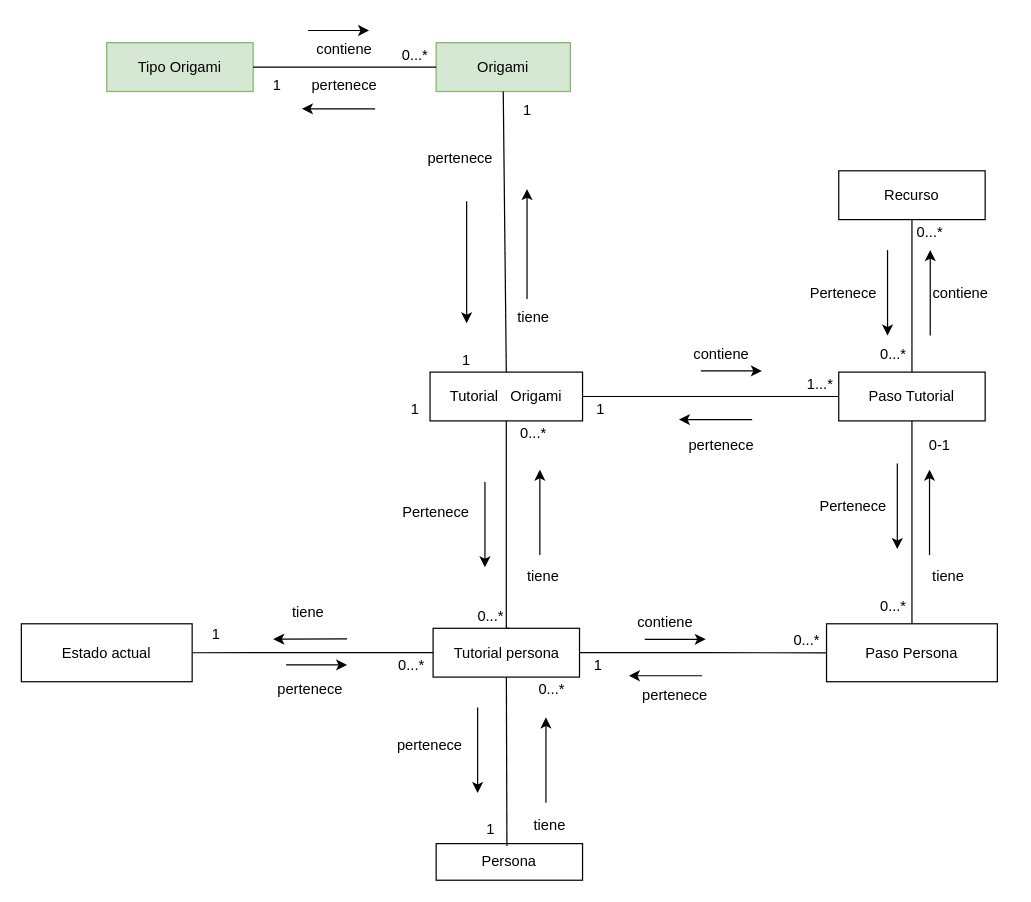
Above: ModeloDeDominio3D.drawio in andrescastillo1996/documentacionMundoOrigami (draw.io), before the change. Source tidied: cells renumbered, new cells numbered last; positions are measured from the earlier drawing's top-left corner, leaving out a move shared by most shapes. Both pictures are drawn from the tidied source at 122%, with x=0, y=0 at pixel (21, 30).
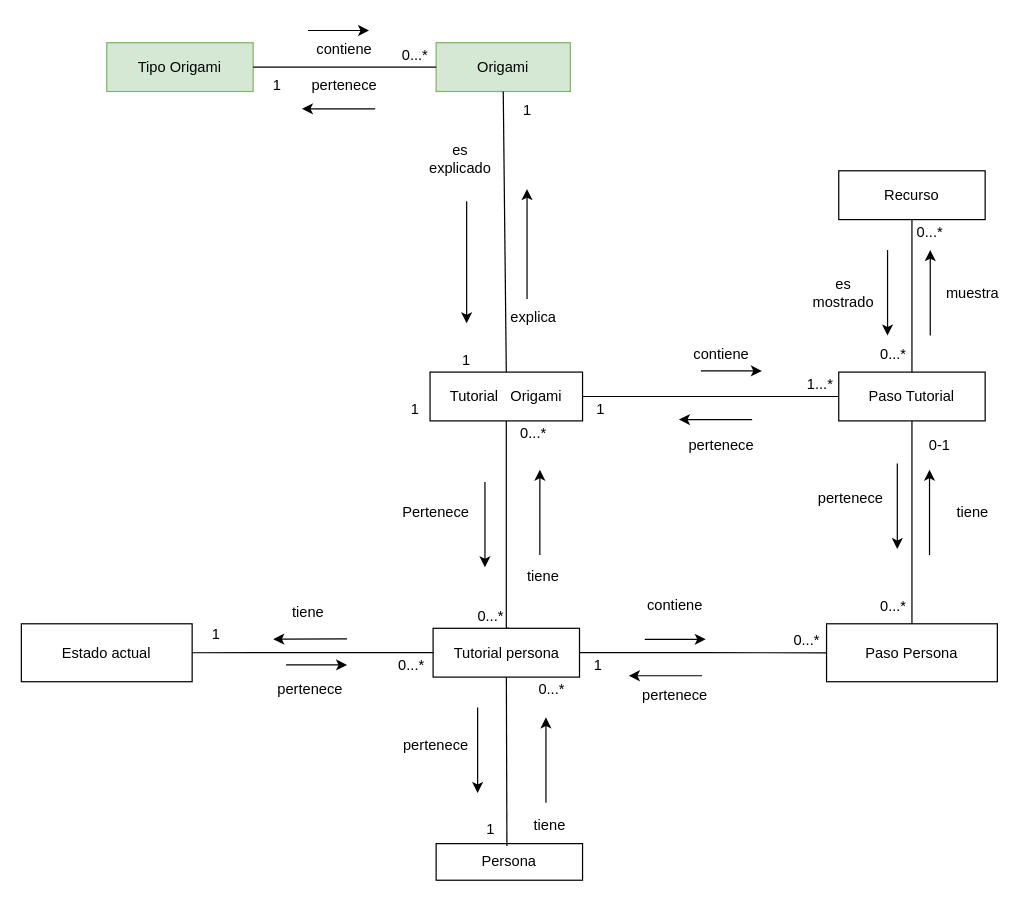
Above is the later version.

What changed in the source:
```diff
@@
-    <mxCell id="19" value="tiene" style="text;html=1;strokeColor=none;fillColor=none;align=center;verticalAlign=middle;whiteSpace=wrap;rounded=0;" parent="1" vertex="1">
+    <mxCell id="19" value="explica" style="text;html=1;strokeColor=none;fillColor=none;align=center;verticalAlign=middle;whiteSpace=wrap;rounded=0;" parent="1" vertex="1">
       <mxGeometry x="390" y="219.5" width="60" height="30" as="geometry" />
     </mxCell>
@@
-    <mxCell id="21" value="pertenece" style="text;html=1;strokeColor=none;fillColor=none;align=center;verticalAlign=middle;whiteSpace=wrap;rounded=0;" parent="1" vertex="1">
+    <mxCell id="21" value="es explicado" style="text;html=1;strokeColor=none;fillColor=none;align=center;verticalAlign=middle;whiteSpace=wrap;rounded=0;" parent="1" vertex="1">
       <mxGeometry x="330" y="94.5" width="60" height="20" as="geometry" />
     </mxCell>
@@
     <mxCell id="25" value="pertenece" style="text;html=1;strokeColor=none;fillColor=none;align=center;verticalAlign=middle;whiteSpace=wrap;rounded=0;" parent="1" vertex="1">
-      <mxGeometry x="305" y="571" width="60" height="30" as="geometry" />
+      <mxGeometry x="310" y="571" width="60" height="30" as="geometry" />
     </mxCell>
@@
-    <mxCell id="49" value="contiene" style="text;html=1;strokeColor=none;fillColor=none;align=center;verticalAlign=middle;whiteSpace=wrap;rounded=0;" parent="1" vertex="1">
-      <mxGeometry x="740" y="199.5" width="60" height="30" as="geometry" />
+    <mxCell id="49" value="muestra" style="text;html=1;strokeColor=none;fillColor=none;align=center;verticalAlign=middle;whiteSpace=wrap;rounded=0;" parent="1" vertex="1">
+      <mxGeometry x="750" y="199.5" width="60" height="30" as="geometry" />
     </mxCell>
-    <mxCell id="50" value="Pertenece" style="text;html=1;strokeColor=none;fillColor=none;align=center;verticalAlign=middle;whiteSpace=wrap;rounded=0;" parent="1" vertex="1">
+    <mxCell id="50" value="es mostrado" style="text;html=1;strokeColor=none;fillColor=none;align=center;verticalAlign=middle;whiteSpace=wrap;rounded=0;" parent="1" vertex="1">
       <mxGeometry x="644" y="199.5" width="60" height="30" as="geometry" />
     </mxCell>
@@
     <mxCell id="57" value="contiene" style="text;html=1;strokeColor=none;fillColor=none;align=center;verticalAlign=middle;whiteSpace=wrap;rounded=0;" parent="1" vertex="1">
-      <mxGeometry x="498" y="469.5" width="60" height="30" as="geometry" />
+      <mxGeometry x="506" y="455.8" width="60" height="30" as="geometry" />
     </mxCell>
@@
     <mxCell id="63" value="tiene" style="text;html=1;strokeColor=none;fillColor=none;align=center;verticalAlign=middle;whiteSpace=wrap;rounded=0;" parent="1" vertex="1">
-      <mxGeometry x="730" y="432" width="60" height="30" as="geometry" />
+      <mxGeometry x="750" y="379.5" width="60" height="30" as="geometry" />
     </mxCell>
-    <mxCell id="64" value="Pertenece" style="text;html=1;strokeColor=none;fillColor=none;align=center;verticalAlign=middle;whiteSpace=wrap;rounded=0;" parent="1" vertex="1">
-      <mxGeometry x="652" y="374.5" width="60" height="30" as="geometry" />
+    <mxCell id="64" value="pertenece" style="text;html=1;strokeColor=none;fillColor=none;align=center;verticalAlign=middle;whiteSpace=wrap;rounded=0;" parent="1" vertex="1">
+      <mxGeometry x="650" y="368" width="60" height="30" as="geometry" />
     </mxCell>
```
